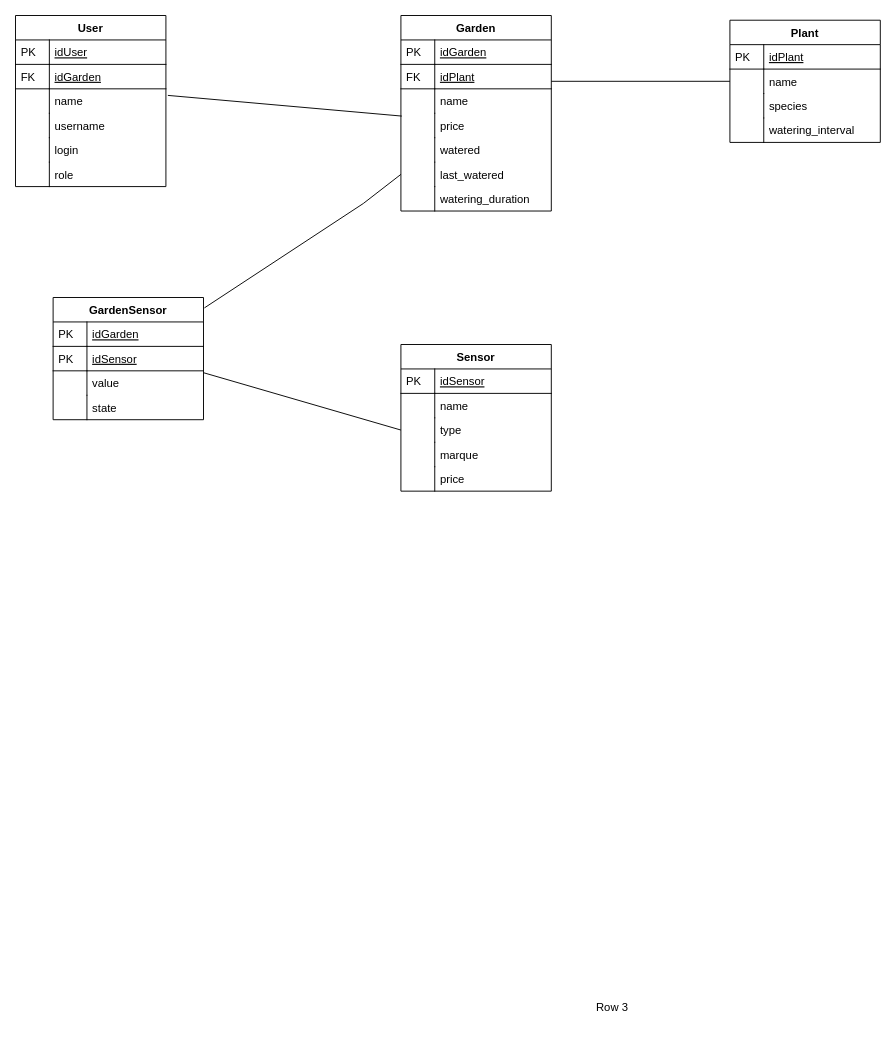
Earlier version of the draw.io diagram page "MLD_iGardenConnect" (3 of 3) of UML/nonPdf/iGardenConnectApi.drawio (pabonhomme/iGardenConnect). Source tidied: cells renumbered, new cells numbered last; positions are measured from the earlier drawing's top-left corner, leaving out a move shared by most shapes. Both pictures are drawn from the tidied source at 94%, with x=0, y=0 at pixel (15, 15).
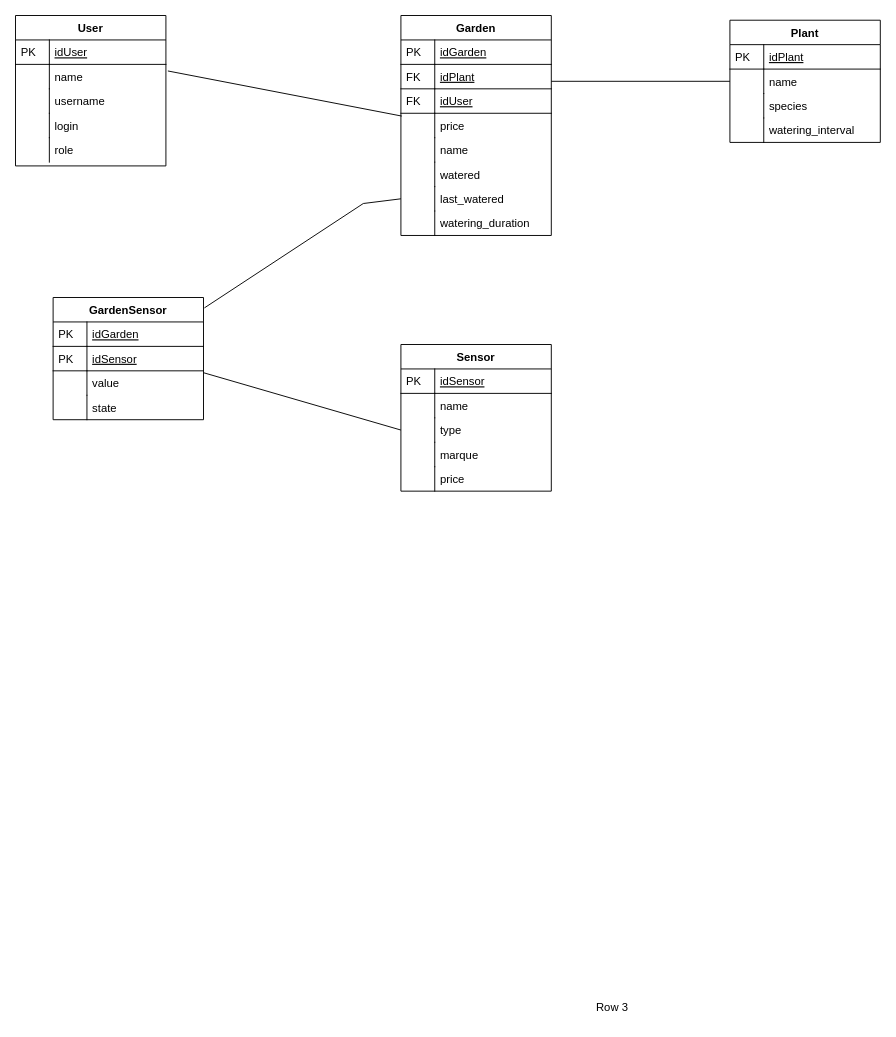
Above is the later version.

The edit, as a diff of the source:
```diff
@@
     <mxCell id="5" value="User" style="swimlane;fontStyle=1;horizontal=1;startSize=26;rounded=0;shadow=0;strokeWidth=1;" parent="1" vertex="1">
-      <mxGeometry width="160" height="182" as="geometry" />
+      <mxGeometry width="160" height="160" as="geometry" />
     </mxCell>
@@
-    <mxCell id="8" value="idGarden" style="shape=partialRectangle;top=0;left=0;right=0;bottom=1;align=left;verticalAlign=top;fillColor=none;spacingLeft=40;spacingRight=4;overflow=hidden;rounded=0;shadow=0;strokeWidth=1;fontStyle=4;" parent="5" vertex="1">
-      <mxGeometry y="52" width="160" height="26" as="geometry" />
-    </mxCell>
-    <mxCell id="9" value="FK" style="shape=partialRectangle;top=0;left=0;bottom=0;fillColor=none;align=left;verticalAlign=top;spacingLeft=4;spacingRight=4;overflow=hidden;" parent="8" vertex="1">
-      <mxGeometry width="36" height="26" as="geometry" />
-    </mxCell>
     <mxCell id="10" value="name" style="shape=partialRectangle;top=0;left=0;right=0;bottom=0;align=left;verticalAlign=top;fillColor=none;spacingLeft=40;spacingRight=4;overflow=hidden;points=[[0,0.5],[1,0.5]];portConstraint=eastwest;rounded=0;shadow=0;strokeWidth=1;" parent="5" vertex="1">
-      <mxGeometry y="78" width="160" height="26" as="geometry" />
+      <mxGeometry y="52" width="160" height="26" as="geometry" />
     </mxCell>
@@
     <mxCell id="12" value="username" style="shape=partialRectangle;top=0;left=0;right=0;bottom=0;align=left;verticalAlign=top;fillColor=none;spacingLeft=40;spacingRight=4;overflow=hidden;rounded=0;shadow=0;strokeWidth=1;" parent="5" vertex="1">
-      <mxGeometry y="104" width="160" height="26" as="geometry" />
+      <mxGeometry y="78" width="160" height="26" as="geometry" />
     </mxCell>
@@
     <mxCell id="14" value="login" style="shape=partialRectangle;top=0;left=0;right=0;bottom=0;align=left;verticalAlign=top;fillColor=none;spacingLeft=40;spacingRight=4;overflow=hidden;rounded=0;shadow=0;strokeWidth=1;" parent="5" vertex="1">
-      <mxGeometry y="130" width="160" height="26" as="geometry" />
+      <mxGeometry y="104" width="160" height="26" as="geometry" />
     </mxCell>
@@
     <mxCell id="16" value="role" style="shape=partialRectangle;top=0;left=0;right=0;bottom=0;align=left;verticalAlign=top;fillColor=none;spacingLeft=40;spacingRight=4;overflow=hidden;rounded=0;shadow=0;strokeWidth=1;" parent="5" vertex="1">
-      <mxGeometry y="156" width="160" height="26" as="geometry" />
+      <mxGeometry y="130" width="160" height="26" as="geometry" />
     </mxCell>
@@
     <mxCell id="18" value="Garden" style="swimlane;fontStyle=1;horizontal=1;startSize=26;rounded=0;shadow=0;strokeWidth=1;" parent="1" vertex="1">
-      <mxGeometry x="410" width="160" height="208" as="geometry" />
+      <mxGeometry x="410" width="160" height="234" as="geometry" />
     </mxCell>
@@
+    <mxCell id="66" value="idUser" style="shape=partialRectangle;top=0;left=0;right=0;bottom=1;align=left;verticalAlign=top;fillColor=none;spacingLeft=40;spacingRight=4;overflow=hidden;rounded=0;shadow=0;strokeWidth=1;fontStyle=4;" parent="18" vertex="1">
+      <mxGeometry y="78" width="160" height="26" as="geometry" />
+    </mxCell>
+    <mxCell id="9" value="FK" style="shape=partialRectangle;top=0;left=0;bottom=0;fillColor=none;align=left;verticalAlign=top;spacingLeft=4;spacingRight=4;overflow=hidden;" parent="66" vertex="1">
+      <mxGeometry width="36" height="26" as="geometry" />
+    </mxCell>
+    <mxCell id="25" value="price" style="shape=partialRectangle;top=0;left=0;right=0;bottom=0;align=left;verticalAlign=top;fillColor=none;spacingLeft=40;spacingRight=4;overflow=hidden;points=[[0,0.5],[1,0.5]];portConstraint=eastwest;rounded=0;shadow=0;strokeWidth=1;" parent="18" vertex="1">
+      <mxGeometry y="104" width="160" height="26" as="geometry" />
+    </mxCell>
+    <mxCell id="26" style="shape=partialRectangle;top=0;left=0;bottom=0;fillColor=none;align=left;verticalAlign=top;spacingLeft=4;spacingRight=4;overflow=hidden;" parent="25" vertex="1">
+      <mxGeometry width="36" height="26" as="geometry" />
+    </mxCell>
     <mxCell id="23" value="name" style="shape=partialRectangle;top=0;left=0;right=0;bottom=0;align=left;verticalAlign=top;fillColor=none;spacingLeft=40;spacingRight=4;overflow=hidden;rounded=0;shadow=0;strokeWidth=1;" parent="18" vertex="1">
-      <mxGeometry y="78" width="160" height="26" as="geometry" />
+      <mxGeometry y="130" width="160" height="26" as="geometry" />
     </mxCell>
@@
-    <mxCell id="25" value="price" style="shape=partialRectangle;top=0;left=0;right=0;bottom=0;align=left;verticalAlign=top;fillColor=none;spacingLeft=40;spacingRight=4;overflow=hidden;points=[[0,0.5],[1,0.5]];portConstraint=eastwest;rounded=0;shadow=0;strokeWidth=1;" parent="18" vertex="1">
-      <mxGeometry y="104" width="160" height="26" as="geometry" />
-    </mxCell>
-    <mxCell id="26" style="shape=partialRectangle;top=0;left=0;bottom=0;fillColor=none;align=left;verticalAlign=top;spacingLeft=4;spacingRight=4;overflow=hidden;" parent="25" vertex="1">
-      <mxGeometry width="36" height="26" as="geometry" />
-    </mxCell>
     <mxCell id="27" value="watered" style="shape=partialRectangle;top=0;left=0;right=0;bottom=0;align=left;verticalAlign=top;fillColor=none;spacingLeft=40;spacingRight=4;overflow=hidden;rounded=0;shadow=0;strokeWidth=1;" parent="18" vertex="1">
-      <mxGeometry y="130" width="160" height="26" as="geometry" />
+      <mxGeometry y="156" width="160" height="26" as="geometry" />
     </mxCell>
@@
     <mxCell id="29" value="last_watered" style="shape=partialRectangle;top=0;left=0;right=0;bottom=0;align=left;verticalAlign=top;fillColor=none;spacingLeft=40;spacingRight=4;overflow=hidden;points=[[0,0.5],[1,0.5]];portConstraint=eastwest;rounded=0;shadow=0;strokeWidth=1;" parent="18" vertex="1">
-      <mxGeometry y="156" width="160" height="26" as="geometry" />
+      <mxGeometry y="182" width="160" height="26" as="geometry" />
     </mxCell>
@@
     <mxCell id="31" value="watering_duration" style="shape=partialRectangle;top=0;left=0;right=0;bottom=0;align=left;verticalAlign=top;fillColor=none;spacingLeft=40;spacingRight=4;overflow=hidden;rounded=0;shadow=0;strokeWidth=1;" parent="18" vertex="1">
-      <mxGeometry y="182" width="160" height="26" as="geometry" />
+      <mxGeometry y="208" width="160" height="26" as="geometry" />
     </mxCell>
```
